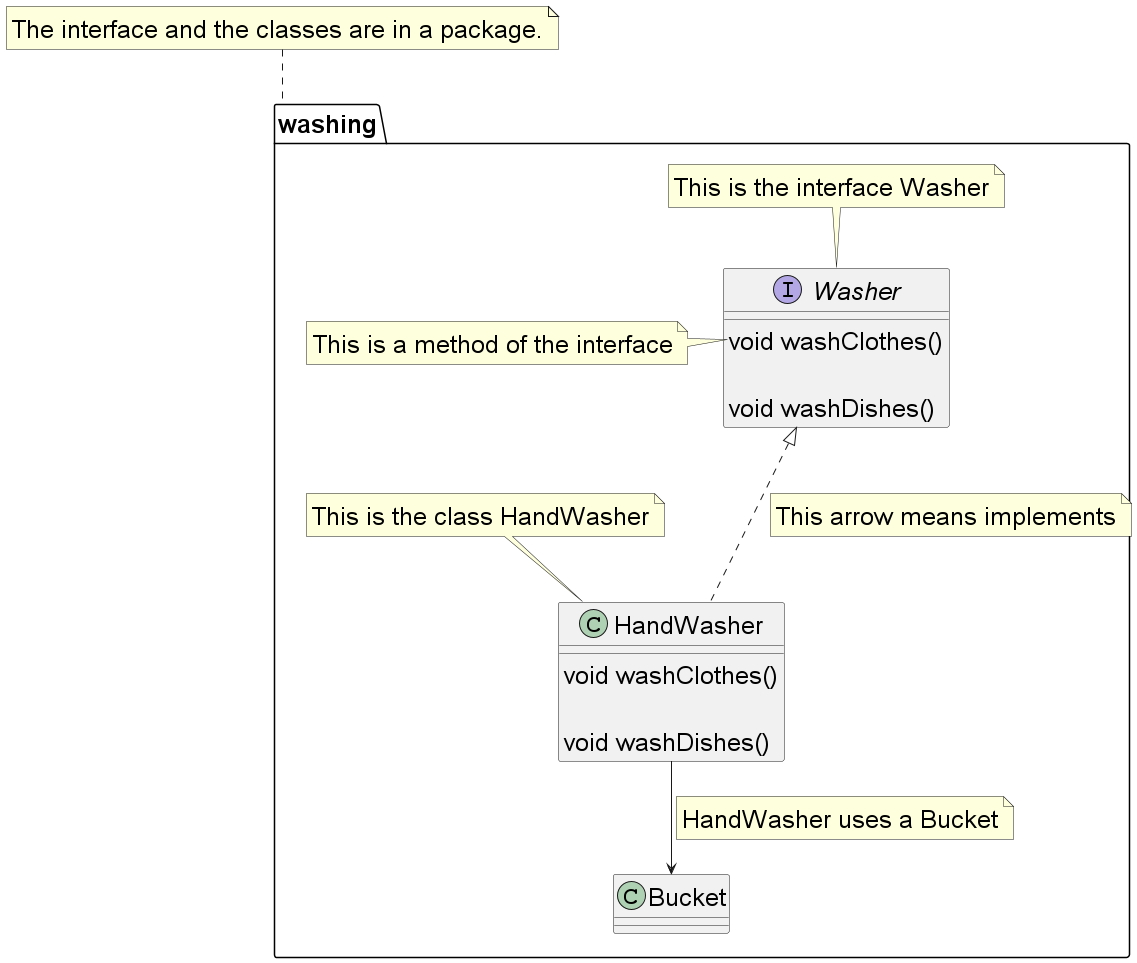
The PlantUML diagram topics/sw_concepts/images/uml/class-diagram-parts.png in scs/jumpstart-docs, before a commit. Its diagram source:
```plantuml
@startuml

skinparam defaultFontSize 25

package washing {

    interface Washer {
        void washClothes()

        void washDishes()
    }

    note top of Washer
        This is the interface Washer
    endnote

    note left of Washer::washClothes
        This is a method of the interface
    endnote

    class HandWasher {
        void washClothes()

        void washDishes()
    }

    Washer <|... HandWasher
    note on link: This arrow means implements

    note top of HandWasher
        This is the class HandWasher
    endnote

    class Bucket

    HandWasher --> Bucket
    note on link: HandWasher uses a Bucket
}

note top of washing
    The interface and the classes are in a package.
endnote

@enduml
```
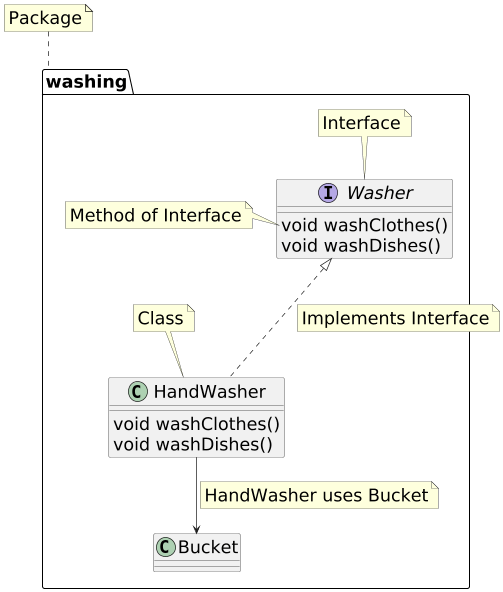
Later version of the same file.

Commit message:
WIP UML part finished

Change to the diagram source:
```diff
@@ -6,39 +6,37 @@
 
     interface Washer {
         void washClothes()
-
         void washDishes()
     }
 
     note top of Washer
-        This is the interface Washer
+        Interface
     endnote
 
     note left of Washer::washClothes
-        This is a method of the interface
+        Method of Interface
     endnote
 
     class HandWasher {
         void washClothes()
-
         void washDishes()
     }
 
     Washer <|... HandWasher
-    note on link: This arrow means implements
+    note on link: Implements Interface
 
     note top of HandWasher
-        This is the class HandWasher
+        Class
     endnote
 
     class Bucket
 
     HandWasher --> Bucket
-    note on link: HandWasher uses a Bucket
+    note on link: HandWasher uses Bucket
 }
 
 note top of washing
-    The interface and the classes are in a package.
+    Package
 endnote
 
 @enduml
```
